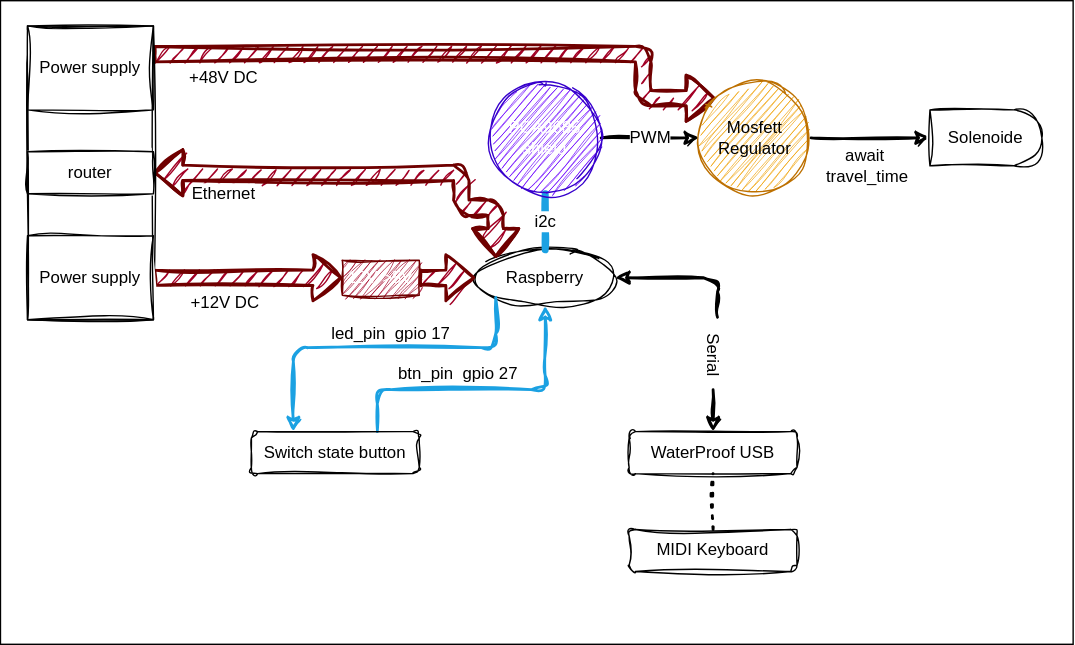
Earlier version of the draw.io export ressources/diagram-hardware.svg (lan-ensad/cloches-sous-tension). Source tidied: cells renumbered, new cells last; positions are measured from the earlier drawing's top-left corner, leaving out a move shared by most shapes.
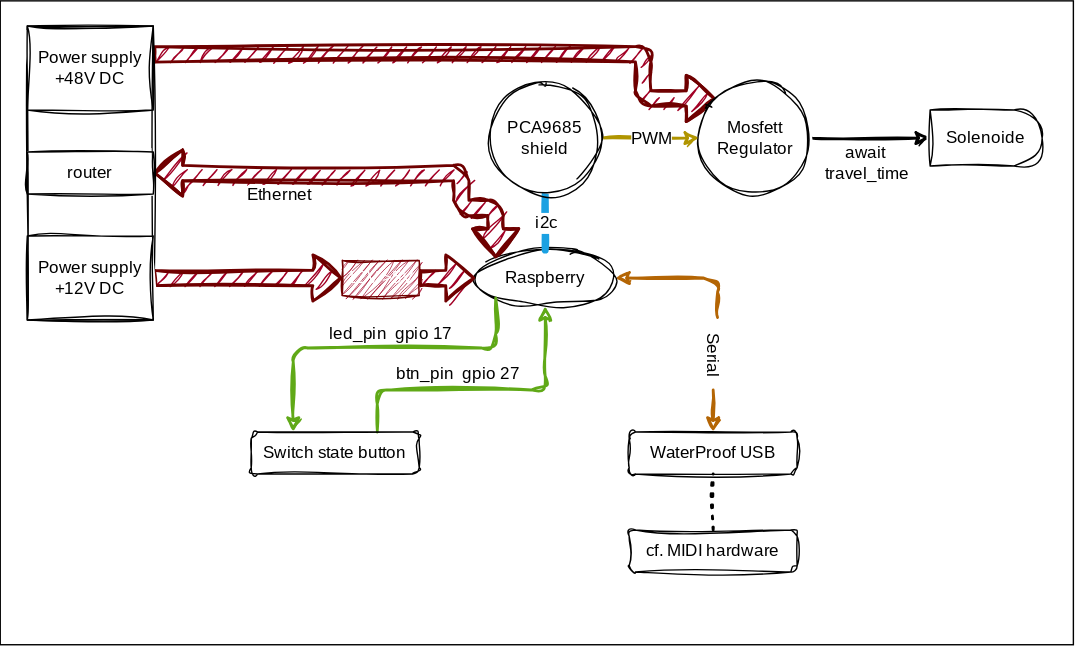
The same file after the commit.

Change to the diagram source:
```diff
@@ -5,10 +5,10 @@
     <mxCell id="2" style="rounded=0;whiteSpace=wrap;html=1;hachureGap=4;fontFamily=Architects Daughter;fontSource=https%3A%2F%2Ffonts.googleapis.com%2Fcss%3Ffamily%3DArchitects%2BDaughter;fontSize=20;" parent="1" vertex="1">
       <mxGeometry x="-0.3" width="766.7" height="460" as="geometry" />
     </mxCell>
-    <mxCell id="3" value="Raspberry" style="ellipse;whiteSpace=wrap;html=1;align=center;newEdgeStyle={&quot;edgeStyle&quot;:&quot;entityRelationEdgeStyle&quot;,&quot;startArrow&quot;:&quot;none&quot;,&quot;endArrow&quot;:&quot;none&quot;,&quot;segment&quot;:10,&quot;curved&quot;:1,&quot;sourcePerimeterSpacing&quot;:0,&quot;targetPerimeterSpacing&quot;:0};sketch=1;curveFitting=1;jiggle=2;" parent="1" vertex="1">
+    <mxCell id="3" value="Raspberry" style="ellipse;whiteSpace=wrap;html=1;align=center;newEdgeStyle={&quot;edgeStyle&quot;:&quot;entityRelationEdgeStyle&quot;,&quot;startArrow&quot;:&quot;none&quot;,&quot;endArrow&quot;:&quot;none&quot;,&quot;segment&quot;:10,&quot;curved&quot;:1,&quot;sourcePerimeterSpacing&quot;:0,&quot;targetPerimeterSpacing&quot;:0};sketch=1;curveFitting=1;jiggle=2;fontFamily=Architects Daughter;fontSource=https%3A%2F%2Ffonts.googleapis.com%2Fcss%3Ffamily%3DArchitects%2BDaughter;" parent="1" vertex="1">
       <mxGeometry x="339" y="178" width="100" height="40" as="geometry" />
     </mxCell>
-    <mxCell id="4" style="edgeStyle=orthogonalEdgeStyle;html=1;exitX=0.75;exitY=0;exitDx=0;exitDy=0;entryX=0.5;entryY=1;entryDx=0;entryDy=0;strokeWidth=2;fontSize=12;endArrow=classic;endFill=1;sketch=1;curveFitting=1;jiggle=2;strokeColor=#1BA1E2;" parent="1" edge="1" source="6" target="3">
+    <mxCell id="4" style="edgeStyle=orthogonalEdgeStyle;html=1;exitX=0.75;exitY=0;exitDx=0;exitDy=0;entryX=0.5;entryY=1;entryDx=0;entryDy=0;strokeWidth=2;fontSize=12;endArrow=classic;endFill=1;sketch=1;curveFitting=1;jiggle=2;strokeColor=#60A917;fontFamily=Architects Daughter;fontSource=https%3A%2F%2Ffonts.googleapis.com%2Fcss%3Ffamily%3DArchitects%2BDaughter;" parent="1" edge="1" source="6" target="3">
       <mxGeometry relative="1" as="geometry">
         <Array as="points">
           <mxPoint x="269" y="278" />
@@ -16,7 +16,7 @@
         </Array>
       </mxGeometry>
     </mxCell>
-    <mxCell id="5" style="edgeStyle=orthogonalEdgeStyle;html=1;exitX=0.25;exitY=0;exitDx=0;exitDy=0;entryX=0;entryY=1;entryDx=0;entryDy=0;strokeWidth=2;fontSize=12;endArrow=none;endFill=0;startArrow=classic;startFill=1;sketch=1;curveFitting=1;jiggle=2;fillColor=#6a00ff;strokeColor=#1BA1E2;" parent="1" edge="1" source="6" target="3">
+    <mxCell id="5" style="edgeStyle=orthogonalEdgeStyle;html=1;exitX=0.25;exitY=0;exitDx=0;exitDy=0;entryX=0;entryY=1;entryDx=0;entryDy=0;strokeWidth=2;fontSize=12;endArrow=none;endFill=0;startArrow=classic;startFill=1;sketch=1;curveFitting=1;jiggle=2;fillColor=#6a00ff;strokeColor=#60A917;fontFamily=Architects Daughter;fontSource=https%3A%2F%2Ffonts.googleapis.com%2Fcss%3Ffamily%3DArchitects%2BDaughter;" parent="1" edge="1" source="6" target="3">
       <mxGeometry relative="1" as="geometry">
         <Array as="points">
           <mxPoint x="209" y="248" />
@@ -24,24 +24,19 @@
         </Array>
       </mxGeometry>
     </mxCell>
-    <mxCell id="6" value="&lt;font style=&quot;font-size: 12px;&quot;&gt;Switch state button&lt;/font&gt;" style="rounded=1;whiteSpace=wrap;html=1;fontSize=7;sketch=1;curveFitting=1;jiggle=2;" parent="1" vertex="1">
+    <mxCell id="6" value="&lt;font style=&quot;font-size: 12px;&quot;&gt;Switch state button&lt;/font&gt;" style="rounded=1;whiteSpace=wrap;html=1;fontSize=7;sketch=1;curveFitting=1;jiggle=2;fontFamily=Architects Daughter;fontSource=https%3A%2F%2Ffonts.googleapis.com%2Fcss%3Ffamily%3DArchitects%2BDaughter;" parent="1" vertex="1">
       <mxGeometry x="179" y="308" width="120" height="30" as="geometry" />
     </mxCell>
-    <mxCell id="7" value="led_pin&amp;nbsp; gpio 17" style="text;strokeColor=none;align=center;fillColor=none;html=1;verticalAlign=middle;whiteSpace=wrap;rounded=0;fontSize=12;sketch=1;curveFitting=1;jiggle=2;" parent="1" vertex="1">
+    <mxCell id="7" value="led_pin&amp;nbsp; gpio 17" style="text;strokeColor=none;align=center;fillColor=none;html=1;verticalAlign=middle;whiteSpace=wrap;rounded=0;fontSize=12;sketch=1;curveFitting=1;jiggle=2;fontFamily=Architects Daughter;fontSource=https%3A%2F%2Ffonts.googleapis.com%2Fcss%3Ffamily%3DArchitects%2BDaughter;" parent="1" vertex="1">
       <mxGeometry x="234" y="223" width="90" height="30" as="geometry" />
     </mxCell>
-    <mxCell id="8" value="btn_pin&amp;nbsp; gpio 27" style="text;strokeColor=none;align=center;fillColor=none;html=1;verticalAlign=middle;whiteSpace=wrap;rounded=0;fontSize=12;sketch=1;curveFitting=1;jiggle=2;" parent="1" vertex="1">
+    <mxCell id="8" value="btn_pin&amp;nbsp; gpio 27" style="text;strokeColor=none;align=center;fillColor=none;html=1;verticalAlign=middle;whiteSpace=wrap;rounded=0;fontSize=12;sketch=1;curveFitting=1;jiggle=2;fontFamily=Architects Daughter;fontSource=https%3A%2F%2Ffonts.googleapis.com%2Fcss%3Ffamily%3DArchitects%2BDaughter;" parent="1" vertex="1">
       <mxGeometry x="282" y="252" width="90" height="30" as="geometry" />
     </mxCell>
-    <mxCell id="9" style="shape=flexArrow;endArrow=classic;html=1;strokeWidth=2;fontSize=12;entryX=0;entryY=0.5;entryDx=0;entryDy=0;exitX=1;exitY=0.5;exitDx=0;exitDy=0;sketch=1;curveFitting=1;jiggle=2;fillColor=#a20025;strokeColor=#6F0000;" parent="1" edge="1" source="32" target="13">
+    <mxCell id="9" style="shape=flexArrow;endArrow=classic;html=1;strokeWidth=2;fontSize=12;entryX=0;entryY=0.5;entryDx=0;entryDy=0;exitX=1;exitY=0.5;exitDx=0;exitDy=0;sketch=1;curveFitting=1;jiggle=2;fillColor=#a20025;strokeColor=#6F0000;fontFamily=Architects Daughter;fontSource=https%3A%2F%2Ffonts.googleapis.com%2Fcss%3Ffamily%3DArchitects%2BDaughter;" parent="1" edge="1" source="32" target="13">
       <mxGeometry relative="1" as="geometry" />
     </mxCell>
-    <mxCell id="10" value="+12V DC" style="edgeLabel;html=1;align=center;verticalAlign=middle;fontSize=12;sketch=1;curveFitting=1;jiggle=2;" parent="9" vertex="1">
-      <mxGeometry x="0.19" y="-1" relative="1" as="geometry">
-        <mxPoint x="-30" y="17" as="offset" />
-      </mxGeometry>
-    </mxCell>
-    <mxCell id="11" style="shape=flexArrow;endArrow=classic;html=1;strokeWidth=2;fontSize=12;entryX=0;entryY=0;entryDx=0;entryDy=0;edgeStyle=orthogonalEdgeStyle;exitX=1;exitY=0.337;exitDx=0;exitDy=0;exitPerimeter=0;sketch=1;curveFitting=1;jiggle=2;fillColor=#a20025;strokeColor=#6F0000;" parent="1" edge="1" source="30" target="22">
+    <mxCell id="11" style="shape=flexArrow;endArrow=classic;html=1;strokeWidth=2;fontSize=12;entryX=0;entryY=0;entryDx=0;entryDy=0;edgeStyle=orthogonalEdgeStyle;exitX=1;exitY=0.337;exitDx=0;exitDy=0;exitPerimeter=0;sketch=1;curveFitting=1;jiggle=2;fillColor=#a20025;strokeColor=#6F0000;fontFamily=Architects Daughter;fontSource=https%3A%2F%2Ffonts.googleapis.com%2Fcss%3Ffamily%3DArchitects%2BDaughter;" parent="1" edge="1" source="30" target="22">
       <mxGeometry relative="1" as="geometry">
         <Array as="points">
           <mxPoint x="459" y="38" />
@@ -49,61 +44,56 @@
         </Array>
       </mxGeometry>
     </mxCell>
-    <mxCell id="12" value="+48V DC" style="edgeLabel;html=1;align=center;verticalAlign=middle;fontSize=12;sketch=1;curveFitting=1;jiggle=2;" parent="11" vertex="1">
-      <mxGeometry x="0.19" y="-1" relative="1" as="geometry">
-        <mxPoint x="-208" y="16" as="offset" />
-      </mxGeometry>
-    </mxCell>
-    <mxCell id="13" value="12V-&amp;gt;5V" style="rounded=0;whiteSpace=wrap;html=1;fontSize=12;sketch=1;curveFitting=1;jiggle=2;fillColor=#a20025;fontColor=#ffffff;strokeColor=#6F0000;" parent="1" vertex="1">
+    <mxCell id="13" value="12V-&amp;gt;5V" style="rounded=0;whiteSpace=wrap;html=1;fontSize=12;sketch=1;curveFitting=1;jiggle=2;fillColor=#a20025;fontColor=#ffffff;strokeColor=#6F0000;fontFamily=Architects Daughter;fontSource=https%3A%2F%2Ffonts.googleapis.com%2Fcss%3Ffamily%3DArchitects%2BDaughter;" parent="1" vertex="1">
       <mxGeometry x="244" y="185.5" width="55" height="25" as="geometry" />
     </mxCell>
-    <mxCell id="14" style="shape=flexArrow;endArrow=classic;html=1;strokeWidth=2;fontSize=12;exitX=1;exitY=0.5;exitDx=0;exitDy=0;sketch=1;curveFitting=1;jiggle=2;fillColor=#a20025;strokeColor=#6F0000;" parent="1" edge="1" source="13">
+    <mxCell id="14" style="shape=flexArrow;endArrow=classic;html=1;strokeWidth=2;fontSize=12;exitX=1;exitY=0.5;exitDx=0;exitDy=0;sketch=1;curveFitting=1;jiggle=2;fillColor=#a20025;strokeColor=#6F0000;fontFamily=Architects Daughter;fontSource=https%3A%2F%2Ffonts.googleapis.com%2Fcss%3Ffamily%3DArchitects%2BDaughter;" parent="1" edge="1" source="13">
       <mxGeometry relative="1" as="geometry">
         <mxPoint x="339" y="198" as="targetPoint" />
       </mxGeometry>
     </mxCell>
-    <mxCell id="15" value="&lt;font style=&quot;font-size: 12px;&quot;&gt;WaterProof USB&lt;br&gt;&lt;/font&gt;" style="rounded=1;whiteSpace=wrap;html=1;fontSize=7;sketch=1;curveFitting=1;jiggle=2;" parent="1" vertex="1">
+    <mxCell id="15" value="&lt;font style=&quot;font-size: 12px;&quot;&gt;WaterProof USB&lt;br&gt;&lt;/font&gt;" style="rounded=1;whiteSpace=wrap;html=1;fontSize=7;sketch=1;curveFitting=1;jiggle=2;fontFamily=Architects Daughter;fontSource=https%3A%2F%2Ffonts.googleapis.com%2Fcss%3Ffamily%3DArchitects%2BDaughter;" parent="1" vertex="1">
       <mxGeometry x="449" y="308" width="120" height="30" as="geometry" />
     </mxCell>
-    <mxCell id="16" style="endArrow=none;html=1;strokeWidth=5;fontSize=12;exitX=0.5;exitY=0;exitDx=0;exitDy=0;entryX=0.5;entryY=1;entryDx=0;entryDy=0;endFill=0;sketch=1;curveFitting=1;jiggle=2;strokeColor=#1BA1E2;" parent="1" edge="1" source="3">
+    <mxCell id="16" style="endArrow=none;html=1;strokeWidth=5;fontSize=12;exitX=0.5;exitY=0;exitDx=0;exitDy=0;entryX=0.5;entryY=1;entryDx=0;entryDy=0;endFill=0;sketch=1;curveFitting=1;jiggle=2;strokeColor=#1BA1E2;fontFamily=Architects Daughter;fontSource=https%3A%2F%2Ffonts.googleapis.com%2Fcss%3Ffamily%3DArchitects%2BDaughter;" parent="1" edge="1" source="3">
       <mxGeometry relative="1" as="geometry">
         <mxPoint x="389" y="138" as="targetPoint" />
       </mxGeometry>
     </mxCell>
-    <mxCell id="17" value="i2c" style="edgeLabel;html=1;align=center;verticalAlign=middle;fontSize=12;sketch=1;curveFitting=1;jiggle=2;" parent="16" vertex="1">
+    <mxCell id="17" value="i2c" style="edgeLabel;html=1;align=center;verticalAlign=middle;fontSize=12;sketch=1;curveFitting=1;jiggle=2;fontFamily=Architects Daughter;fontSource=https%3A%2F%2Ffonts.googleapis.com%2Fcss%3Ffamily%3DArchitects%2BDaughter;" parent="16" vertex="1">
       <mxGeometry relative="1" as="geometry" />
     </mxCell>
-    <mxCell id="18" style="edgeStyle=orthogonalEdgeStyle;html=1;exitX=-0.036;exitY=0.395;exitDx=0;exitDy=0;entryX=1;entryY=0.5;entryDx=0;entryDy=0;strokeWidth=2;fontSize=12;endArrow=classic;endFill=1;startArrow=none;startFill=1;exitPerimeter=0;sketch=1;curveFitting=1;jiggle=2;" parent="1" edge="1" source="34" target="3">
+    <mxCell id="18" style="edgeStyle=orthogonalEdgeStyle;html=1;exitX=-0.036;exitY=0.395;exitDx=0;exitDy=0;entryX=1;entryY=0.5;entryDx=0;entryDy=0;strokeWidth=2;fontSize=12;endArrow=classic;endFill=1;startArrow=none;startFill=1;exitPerimeter=0;sketch=1;curveFitting=1;jiggle=2;fontFamily=Architects Daughter;fontSource=https%3A%2F%2Ffonts.googleapis.com%2Fcss%3Ffamily%3DArchitects%2BDaughter;fillColor=#fad7ac;strokeColor=#b46504;" parent="1" edge="1" source="34" target="3">
       <mxGeometry relative="1" as="geometry">
         <Array as="points">
           <mxPoint x="512" y="198" />
         </Array>
       </mxGeometry>
     </mxCell>
-    <mxCell id="19" value="&lt;font style=&quot;font-size: 12px;&quot;&gt;MIDI Keyboard&lt;br&gt;&lt;/font&gt;" style="rounded=1;whiteSpace=wrap;html=1;fontSize=7;sketch=1;curveFitting=1;jiggle=2;" parent="1" vertex="1">
+    <mxCell id="19" value="&lt;font style=&quot;font-size: 12px;&quot;&gt;cf. MIDI hardware&lt;br&gt;&lt;/font&gt;" style="rounded=1;whiteSpace=wrap;html=1;fontSize=7;sketch=1;curveFitting=1;jiggle=2;fontFamily=Architects Daughter;fontSource=https%3A%2F%2Ffonts.googleapis.com%2Fcss%3Ffamily%3DArchitects%2BDaughter;" parent="1" vertex="1">
       <mxGeometry x="449" y="378" width="120" height="30" as="geometry" />
     </mxCell>
-    <mxCell id="20" style="endArrow=none;dashed=1;html=1;dashPattern=1 3;strokeWidth=2;fontSize=12;fillColor=default;entryX=0.5;entryY=1;entryDx=0;entryDy=0;exitX=0.5;exitY=0;exitDx=0;exitDy=0;sketch=1;curveFitting=1;jiggle=2;" parent="1" edge="1" source="19" target="15">
+    <mxCell id="20" style="endArrow=none;dashed=1;html=1;dashPattern=1 3;strokeWidth=2;fontSize=12;fillColor=default;entryX=0.5;entryY=1;entryDx=0;entryDy=0;exitX=0.5;exitY=0;exitDx=0;exitDy=0;sketch=1;curveFitting=1;jiggle=2;fontFamily=Architects Daughter;fontSource=https%3A%2F%2Ffonts.googleapis.com%2Fcss%3Ffamily%3DArchitects%2BDaughter;" parent="1" edge="1" source="19" target="15">
       <mxGeometry relative="1" as="geometry" />
     </mxCell>
-    <mxCell id="21" style="edgeStyle=none;html=1;exitX=1;exitY=0.5;exitDx=0;exitDy=0;entryX=0;entryY=0.5;entryDx=0;entryDy=0;strokeWidth=2;fontSize=12;startArrow=none;startFill=0;endArrow=classic;endFill=1;fillColor=default;sketch=1;curveFitting=1;jiggle=2;" parent="1" edge="1" source="22" target="23">
+    <mxCell id="21" style="edgeStyle=none;html=1;exitX=1;exitY=0.5;exitDx=0;exitDy=0;entryX=0;entryY=0.5;entryDx=0;entryDy=0;strokeWidth=2;fontSize=12;startArrow=none;startFill=0;endArrow=classic;endFill=1;fillColor=default;sketch=1;curveFitting=1;jiggle=2;fontFamily=Architects Daughter;fontSource=https%3A%2F%2Ffonts.googleapis.com%2Fcss%3Ffamily%3DArchitects%2BDaughter;" parent="1" edge="1" source="22" target="23">
       <mxGeometry relative="1" as="geometry" />
     </mxCell>
-    <mxCell id="22" value="Mosfett&lt;br&gt;Regulator" style="ellipse;whiteSpace=wrap;html=1;fontSize=12;sketch=1;curveFitting=1;jiggle=2;fillColor=#f0a30a;fontColor=#000000;strokeColor=#BD7000;" parent="1" vertex="1">
+    <mxCell id="22" value="Mosfett&lt;br&gt;Regulator" style="ellipse;whiteSpace=wrap;html=1;fontSize=12;sketch=1;curveFitting=1;jiggle=2;fontFamily=Architects Daughter;fontSource=https%3A%2F%2Ffonts.googleapis.com%2Fcss%3Ffamily%3DArchitects%2BDaughter;" parent="1" vertex="1">
       <mxGeometry x="499" y="58" width="80" height="80" as="geometry" />
     </mxCell>
-    <mxCell id="23" value="Solenoide" style="shape=delay;whiteSpace=wrap;html=1;fontSize=12;sketch=1;curveFitting=1;jiggle=2;" parent="1" vertex="1">
+    <mxCell id="23" value="&lt;font&gt;Solenoide&lt;/font&gt;" style="shape=delay;whiteSpace=wrap;html=1;fontSize=12;sketch=1;curveFitting=1;jiggle=2;fontFamily=Architects Daughter;fontSource=https%3A%2F%2Ffonts.googleapis.com%2Fcss%3Ffamily%3DArchitects%2BDaughter;" parent="1" vertex="1">
       <mxGeometry x="664" y="78" width="80" height="40" as="geometry" />
     </mxCell>
-    <mxCell id="24" style="endArrow=classic;html=1;strokeWidth=2;fontSize=12;exitX=1;exitY=0.5;exitDx=0;exitDy=0;entryX=0;entryY=0.5;entryDx=0;entryDy=0;sketch=1;curveFitting=1;jiggle=2;" parent="1" edge="1" target="22">
+    <mxCell id="24" style="endArrow=classic;html=1;strokeWidth=2;fontSize=12;exitX=1;exitY=0.5;exitDx=0;exitDy=0;entryX=0;entryY=0.5;entryDx=0;entryDy=0;sketch=1;curveFitting=1;jiggle=2;fontFamily=Architects Daughter;fontSource=https%3A%2F%2Ffonts.googleapis.com%2Fcss%3Ffamily%3DArchitects%2BDaughter;fillColor=#e3c800;strokeColor=#B09500;" parent="1" edge="1" target="22">
       <mxGeometry relative="1" as="geometry">
         <mxPoint x="429" y="98" as="sourcePoint" />
       </mxGeometry>
     </mxCell>
-    <mxCell id="25" value="PWM" style="edgeLabel;html=1;align=center;verticalAlign=middle;fontSize=12;sketch=1;curveFitting=1;jiggle=2;" parent="24" vertex="1">
+    <mxCell id="25" value="PWM" style="edgeLabel;html=1;align=center;verticalAlign=middle;fontSize=12;sketch=1;curveFitting=1;jiggle=2;fontFamily=Architects Daughter;fontSource=https%3A%2F%2Ffonts.googleapis.com%2Fcss%3Ffamily%3DArchitects%2BDaughter;" parent="24" vertex="1">
       <mxGeometry relative="1" as="geometry" />
     </mxCell>
-    <mxCell id="26" style="shape=flexArrow;endArrow=classic;html=1;strokeWidth=2;fontSize=12;entryX=0;entryY=0;entryDx=0;entryDy=0;edgeStyle=orthogonalEdgeStyle;startArrow=block;sketch=1;curveFitting=1;jiggle=2;fillColor=#a20025;strokeColor=#6F0000;" parent="1" edge="1" source="31" target="3">
+    <mxCell id="26" style="shape=flexArrow;endArrow=classic;html=1;strokeWidth=2;fontSize=12;entryX=0;entryY=0;entryDx=0;entryDy=0;edgeStyle=orthogonalEdgeStyle;startArrow=block;sketch=1;curveFitting=1;jiggle=2;fillColor=#a20025;strokeColor=#6F0000;fontFamily=Architects Daughter;fontSource=https%3A%2F%2Ffonts.googleapis.com%2Fcss%3Ffamily%3DArchitects%2BDaughter;" parent="1" edge="1" source="31" target="3">
       <mxGeometry relative="1" as="geometry">
         <Array as="points">
           <mxPoint x="329" y="123" />
@@ -112,33 +102,33 @@
         </Array>
       </mxGeometry>
     </mxCell>
-    <mxCell id="27" value="Ethernet" style="edgeLabel;html=1;align=center;verticalAlign=middle;fontSize=12;sketch=1;curveFitting=1;jiggle=2;" parent="26" vertex="1">
+    <mxCell id="27" value="Ethernet" style="edgeLabel;html=1;align=center;verticalAlign=middle;fontSize=12;sketch=1;curveFitting=1;jiggle=2;fontFamily=Architects Daughter;fontSource=https%3A%2F%2Ffonts.googleapis.com%2Fcss%3Ffamily%3DArchitects%2BDaughter;" parent="26" vertex="1">
       <mxGeometry x="0.19" y="-1" relative="1" as="geometry">
-        <mxPoint x="-132" y="14" as="offset" />
+        <mxPoint x="-92" y="14" as="offset" />
       </mxGeometry>
     </mxCell>
-    <mxCell id="28" value="await&amp;nbsp;&lt;br&gt;travel_time" style="text;html=1;align=center;verticalAlign=middle;strokeColor=none;fillColor=none;sketch=1;curveFitting=1;jiggle=2;" parent="1" vertex="1">
-      <mxGeometry x="579" y="98" width="80" height="40" as="geometry" />
+    <mxCell id="28" value="await&amp;nbsp;&lt;br&gt;travel_time" style="text;html=1;align=center;verticalAlign=middle;strokeColor=none;fillColor=none;sketch=1;curveFitting=1;jiggle=2;fontFamily=Architects Daughter;fontSource=https%3A%2F%2Ffonts.googleapis.com%2Fcss%3Ffamily%3DArchitects%2BDaughter;" parent="1" vertex="1">
+      <mxGeometry x="574" y="96" width="90" height="40" as="geometry" />
     </mxCell>
-    <mxCell id="29" style="rounded=0;whiteSpace=wrap;html=1;sketch=1;curveFitting=1;jiggle=2;" parent="1" vertex="1">
+    <mxCell id="29" style="rounded=0;whiteSpace=wrap;html=1;sketch=1;curveFitting=1;jiggle=2;fontFamily=Architects Daughter;fontSource=https%3A%2F%2Ffonts.googleapis.com%2Fcss%3Ffamily%3DArchitects%2BDaughter;" parent="1" vertex="1">
       <mxGeometry x="19" y="18" width="90" height="210" as="geometry" />
     </mxCell>
-    <mxCell id="30" value="Power supply" style="rounded=0;whiteSpace=wrap;html=1;sketch=1;curveFitting=1;jiggle=2;" parent="1" vertex="1">
+    <mxCell id="30" value="Power supply&lt;br&gt;+48V DC" style="rounded=0;whiteSpace=wrap;html=1;sketch=1;curveFitting=1;jiggle=2;fontFamily=Architects Daughter;fontSource=https%3A%2F%2Ffonts.googleapis.com%2Fcss%3Ffamily%3DArchitects%2BDaughter;" parent="1" vertex="1">
       <mxGeometry x="19" y="18" width="90" height="60" as="geometry" />
     </mxCell>
-    <mxCell id="31" value="router" style="rounded=0;whiteSpace=wrap;html=1;sketch=1;curveFitting=1;jiggle=2;" parent="1" vertex="1">
+    <mxCell id="31" value="router" style="rounded=0;whiteSpace=wrap;html=1;sketch=1;curveFitting=1;jiggle=2;fontFamily=Architects Daughter;fontSource=https%3A%2F%2Ffonts.googleapis.com%2Fcss%3Ffamily%3DArchitects%2BDaughter;" parent="1" vertex="1">
       <mxGeometry x="19" y="108" width="90" height="30" as="geometry" />
     </mxCell>
-    <mxCell id="32" value="Power supply" style="rounded=0;whiteSpace=wrap;html=1;sketch=1;curveFitting=1;jiggle=2;" parent="1" vertex="1">
+    <mxCell id="32" value="Power supply&lt;br&gt;+12V DC" style="rounded=0;whiteSpace=wrap;html=1;sketch=1;curveFitting=1;jiggle=2;fontFamily=Architects Daughter;fontSource=https%3A%2F%2Ffonts.googleapis.com%2Fcss%3Ffamily%3DArchitects%2BDaughter;" parent="1" vertex="1">
       <mxGeometry x="19" y="168" width="90" height="60" as="geometry" />
     </mxCell>
-    <mxCell id="33" style="edgeStyle=orthogonalEdgeStyle;html=1;exitX=0.5;exitY=0;exitDx=0;exitDy=0;entryX=1;entryY=0.5;entryDx=0;entryDy=0;strokeWidth=2;fontSize=12;endArrow=none;endFill=1;startArrow=classic;startFill=1;sketch=1;curveFitting=1;jiggle=2;" parent="1" edge="1" source="15" target="34">
+    <mxCell id="33" style="edgeStyle=orthogonalEdgeStyle;html=1;exitX=0.5;exitY=0;exitDx=0;exitDy=0;entryX=1;entryY=0.5;entryDx=0;entryDy=0;strokeWidth=2;fontSize=12;endArrow=none;endFill=1;startArrow=classic;startFill=1;sketch=1;curveFitting=1;jiggle=2;fontFamily=Architects Daughter;fontSource=https%3A%2F%2Ffonts.googleapis.com%2Fcss%3Ffamily%3DArchitects%2BDaughter;fillColor=#fad7ac;strokeColor=#b46504;" parent="1" edge="1" source="15" target="34">
       <mxGeometry relative="1" as="geometry" />
     </mxCell>
-    <mxCell id="34" value="Serial" style="text;html=1;align=center;verticalAlign=middle;points=[];strokeColor=none;fillColor=none;rotation=90;sketch=1;curveFitting=1;jiggle=2;" parent="1" vertex="1">
+    <mxCell id="34" value="Serial" style="text;html=1;align=center;verticalAlign=middle;points=[];strokeColor=none;fillColor=none;rotation=90;sketch=1;curveFitting=1;jiggle=2;fontFamily=Architects Daughter;fontSource=https%3A%2F%2Ffonts.googleapis.com%2Fcss%3Ffamily%3DArchitects%2BDaughter;" parent="1" vertex="1">
       <mxGeometry x="484" y="238" width="50" height="30" as="geometry" />
     </mxCell>
-    <mxCell id="35" value="PCA9685&lt;br&gt;shield" style="ellipse;whiteSpace=wrap;html=1;fontSize=12;sketch=1;curveFitting=1;jiggle=2;fillColor=#6a00ff;fontColor=#ffffff;strokeColor=#3700CC;" parent="1" vertex="1">
+    <mxCell id="35" value="PCA9685&lt;br&gt;shield" style="ellipse;whiteSpace=wrap;html=1;fontSize=12;sketch=1;curveFitting=1;jiggle=2;fontFamily=Architects Daughter;fontSource=https%3A%2F%2Ffonts.googleapis.com%2Fcss%3Ffamily%3DArchitects%2BDaughter;" parent="1" vertex="1">
       <mxGeometry x="349" y="58" width="80" height="80" as="geometry" />
     </mxCell>
   </root>
```
